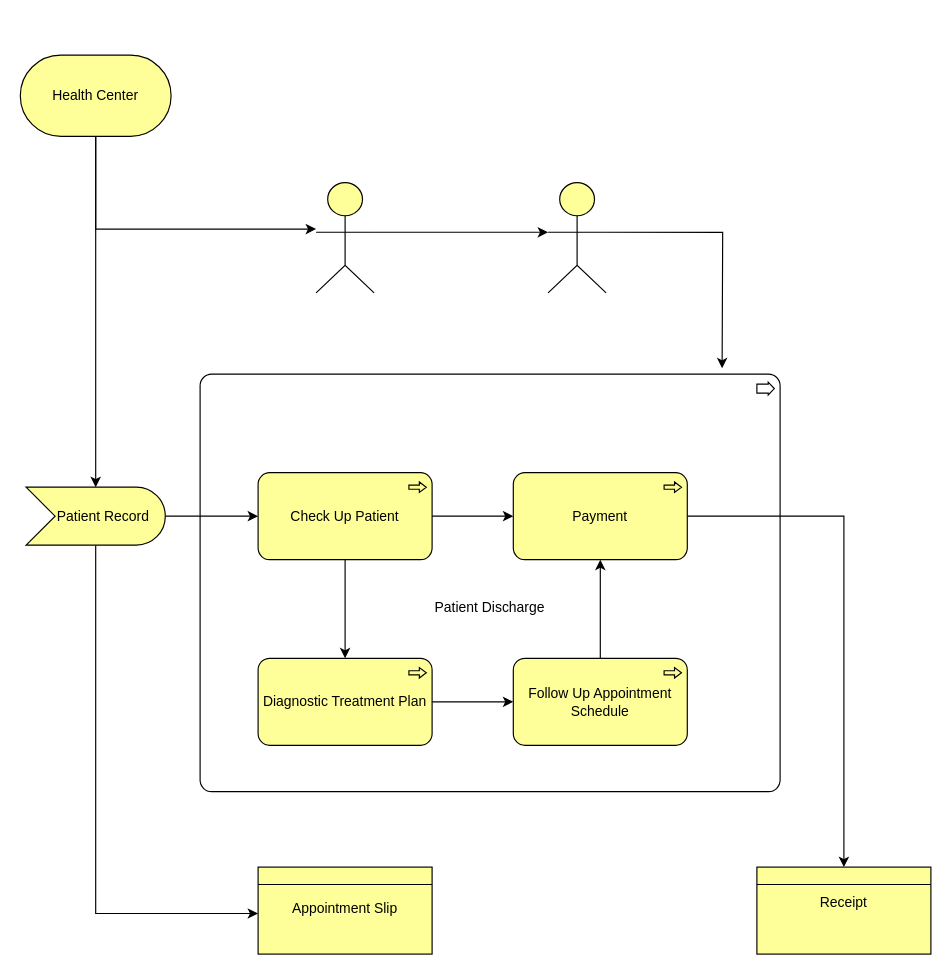
KevinCasoco/Archi-Model keeps this draw.io diagram as Patient Record.drawio. Above is the earlier version. Source tidied: cells renumbered, new cells numbered last; positions are measured from the earlier drawing's top-left corner, leaving out a move shared by most shapes. Both pictures are drawn from the tidied source at 116%, with x=0, y=0 at pixel (20, 55).
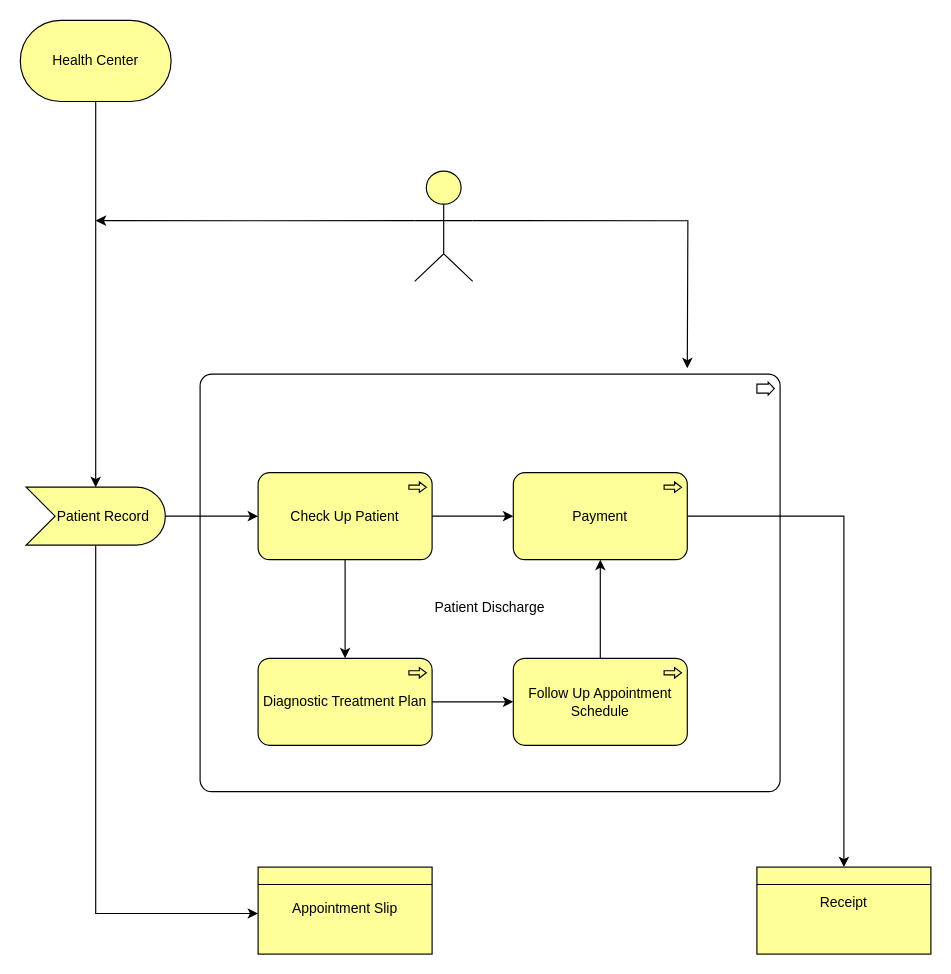
The same diagram, later.

The edit, as a diff of the source:
```diff
@@
-    <mxCell id="3" style="edgeStyle=orthogonalEdgeStyle;rounded=0;jettySize=auto;html=1;exitX=0.5;exitY=0;exitDx=0;exitDy=0;exitPerimeter=0;" parent="1" edge="1" source="4" target="20">
-      <mxGeometry relative="1" as="geometry">
-        <Array as="points">
-          <mxPoint x="65" y="150" />
-        </Array>
-      </mxGeometry>
-    </mxCell>
     <mxCell id="4" value="Health Center" style="html=1;outlineConnect=0;whiteSpace=wrap;fillColor=#ffff99;shape=mxgraph.archimate3.service;" parent="1" vertex="1">
-      <mxGeometry width="130" height="70" as="geometry" />
+      <mxGeometry y="-30" width="130" height="70" as="geometry" />
     </mxCell>
@@
-    <mxCell id="19" style="edgeStyle=orthogonalEdgeStyle;rounded=0;jettySize=auto;html=1;exitX=1;exitY=0.45;exitDx=0;exitDy=0;exitPerimeter=0;entryX=0;entryY=0.45;entryDx=0;entryDy=0;entryPerimeter=0;" parent="1" edge="1" source="20" target="22">
-      <mxGeometry relative="1" as="geometry" />
-    </mxCell>
+    <mxCell id="24" style="edgeStyle=orthogonalEdgeStyle;rounded=0;jettySize=auto;html=1;exitX=1;exitY=0.45;exitDx=0;exitDy=0;exitPerimeter=0;" parent="1" edge="1" source="20">
+      <mxGeometry relative="1" as="geometry">
+        <mxPoint x="575" y="270" as="targetPoint" />
+      </mxGeometry>
+    </mxCell>
+    <mxCell id="25" style="edgeStyle=orthogonalEdgeStyle;rounded=0;jettySize=auto;html=1;exitX=0;exitY=0.45;exitDx=0;exitDy=0;exitPerimeter=0;" parent="1" edge="1" source="20">
+      <mxGeometry relative="1" as="geometry">
+        <mxPoint x="65" y="142.7" as="targetPoint" />
+      </mxGeometry>
+    </mxCell>
     <mxCell id="20" style="html=1;outlineConnect=0;whiteSpace=wrap;fillColor=#ffff99;verticalLabelPosition=bottom;verticalAlign=top;align=center;shape=mxgraph.archimate3.actor;" parent="1" vertex="1">
-      <mxGeometry x="255" y="110" width="50" height="95" as="geometry" />
+      <mxGeometry x="340" y="100" width="50" height="95" as="geometry" />
     </mxCell>
-    <mxCell id="21" style="edgeStyle=orthogonalEdgeStyle;rounded=0;jettySize=auto;html=1;exitX=1;exitY=0.45;exitDx=0;exitDy=0;exitPerimeter=0;" parent="1" edge="1" source="22">
-      <mxGeometry relative="1" as="geometry">
-        <mxPoint x="605" y="270" as="targetPoint" />
-      </mxGeometry>
-    </mxCell>
-    <mxCell id="22" style="html=1;outlineConnect=0;whiteSpace=wrap;fillColor=#ffff99;verticalLabelPosition=bottom;verticalAlign=top;align=center;shape=mxgraph.archimate3.actor;" parent="1" vertex="1">
-      <mxGeometry x="455" y="110" width="50" height="95" as="geometry" />
-    </mxCell>
```
